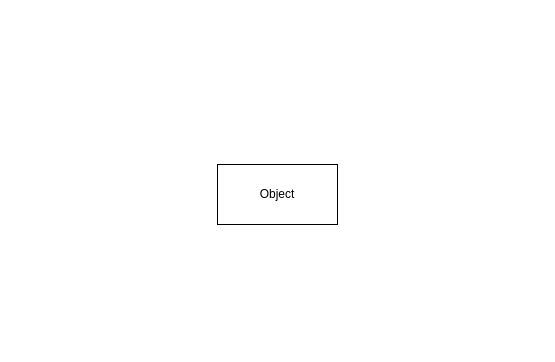
Above: Diagrams/framework_architecture.drawio in ivanspajic/ruleless-digital-twins (draw.io), before the change. Source tidied: cells renumbered, new cells numbered last; positions are measured from the earlier drawing's top-left corner, leaving out a move shared by most shapes. Both pictures are drawn from the tidied source at 100%, with x=0, y=0 at pixel (217, 164).
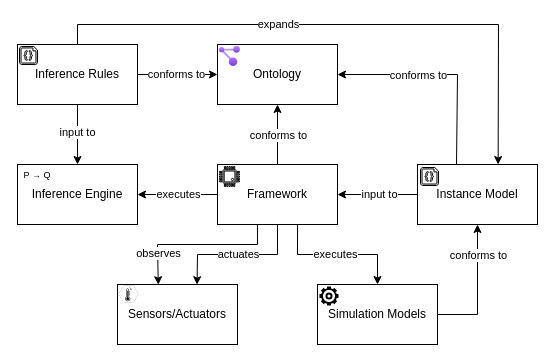
The same diagram, later.

Diff of the diagram source:
```diff
@@
-    <mxCell id="2" value="Object" style="rounded=0;whiteSpace=wrap;html=1;" parent="1" vertex="1">
+    <mxCell id="2" value="Framework" style="rounded=0;whiteSpace=wrap;html=1;" parent="1" vertex="1">
       <mxGeometry width="120" height="60" as="geometry" />
     </mxCell>
+    <mxCell id="3" value="Inference Engine" style="rounded=0;whiteSpace=wrap;html=1;" parent="1" vertex="1">
+      <mxGeometry x="-200" width="120" height="60" as="geometry" />
+    </mxCell>
+    <mxCell id="4" value="Simulation Models" style="rounded=0;whiteSpace=wrap;html=1;" parent="1" vertex="1">
+      <mxGeometry x="100" y="120" width="120" height="60" as="geometry" />
+    </mxCell>
+    <mxCell id="5" value="Inference Rules" style="rounded=0;whiteSpace=wrap;html=1;" parent="1" vertex="1">
+      <mxGeometry x="-200" y="-120" width="120" height="60" as="geometry" />
+    </mxCell>
+    <mxCell id="6" value="Instance Model" style="rounded=0;whiteSpace=wrap;html=1;" parent="1" vertex="1">
+      <mxGeometry x="200" width="120" height="60" as="geometry" />
+    </mxCell>
+    <mxCell id="7" value="Sensors/Actuators" style="rounded=0;whiteSpace=wrap;html=1;" parent="1" vertex="1">
+      <mxGeometry x="-100" y="120" width="120" height="60" as="geometry" />
+    </mxCell>
+    <mxCell id="8" value="Ontology" style="rounded=0;whiteSpace=wrap;html=1;" parent="1" vertex="1">
+      <mxGeometry y="-120" width="120" height="60" as="geometry" />
+    </mxCell>
+    <mxCell id="9" style="endArrow=classic;html=1;rounded=0;exitX=0.5;exitY=0;exitDx=0;exitDy=0;entryX=0.5;entryY=1;entryDx=0;entryDy=0;" parent="1" edge="1" source="2" target="8">
+      <mxGeometry relative="1" as="geometry" />
+    </mxCell>
+    <mxCell id="10" value="conforms to" style="edgeLabel;html=1;align=center;verticalAlign=middle;" parent="9" vertex="1">
+      <mxGeometry x="-0.01" relative="1" as="geometry" />
+    </mxCell>
+    <mxCell id="11" style="endArrow=classic;html=1;rounded=0;exitX=1;exitY=0.5;exitDx=0;exitDy=0;entryX=0;entryY=0.5;entryDx=0;entryDy=0;" parent="1" edge="1" source="5" target="8">
+      <mxGeometry relative="1" as="geometry" />
+    </mxCell>
+    <mxCell id="12" value="conforms to" style="edgeLabel;html=1;align=center;verticalAlign=middle;" parent="11" vertex="1">
+      <mxGeometry x="-0.32" y="1" relative="1" as="geometry">
+        <mxPoint x="11" as="offset" />
+      </mxGeometry>
+    </mxCell>
+    <mxCell id="13" style="endArrow=classic;html=1;rounded=0;exitX=0.5;exitY=1;exitDx=0;exitDy=0;entryX=0.5;entryY=0;entryDx=0;entryDy=0;" parent="1" edge="1" source="5" target="3">
+      <mxGeometry relative="1" as="geometry" />
+    </mxCell>
+    <mxCell id="14" value="input to" style="edgeLabel;html=1;align=center;verticalAlign=middle;" parent="13" vertex="1">
+      <mxGeometry x="-0.09" y="-1" relative="1" as="geometry" />
+    </mxCell>
+    <mxCell id="15" style="endArrow=classic;html=1;rounded=0;exitX=0;exitY=0.5;exitDx=0;exitDy=0;entryX=1;entryY=0.5;entryDx=0;entryDy=0;" parent="1" edge="1" source="6" target="2">
+      <mxGeometry relative="1" as="geometry" />
+    </mxCell>
+    <mxCell id="16" value="input to" style="edgeLabel;html=1;align=center;verticalAlign=middle;" parent="15" vertex="1">
+      <mxGeometry x="-0.54" y="-1" relative="1" as="geometry">
+        <mxPoint x="-21" as="offset" />
+      </mxGeometry>
+    </mxCell>
+    <mxCell id="17" style="endArrow=classic;html=1;rounded=0;exitX=0.5;exitY=0;exitDx=0;exitDy=0;entryX=0.672;entryY=0;entryDx=0;entryDy=0;entryPerimeter=0;" parent="1" edge="1" source="5" target="6">
+      <mxGeometry relative="1" as="geometry">
+        <Array as="points">
+          <mxPoint x="-140" y="-140" />
+          <mxPoint x="281" y="-140" />
+        </Array>
+      </mxGeometry>
+    </mxCell>
+    <mxCell id="18" value="expands" style="edgeLabel;html=1;align=center;verticalAlign=middle;" parent="17" vertex="1">
+      <mxGeometry x="-0.16" y="-1" relative="1" as="geometry">
+        <mxPoint x="-24" y="-2" as="offset" />
+      </mxGeometry>
+    </mxCell>
+    <mxCell id="19" style="endArrow=classic;html=1;rounded=0;exitX=1;exitY=0.5;exitDx=0;exitDy=0;entryX=0.5;entryY=1;entryDx=0;entryDy=0;" parent="1" edge="1" source="4" target="6">
+      <mxGeometry relative="1" as="geometry">
+        <Array as="points">
+          <mxPoint x="260" y="150" />
+        </Array>
+      </mxGeometry>
+    </mxCell>
+    <mxCell id="20" value="conforms to" style="edgeLabel;html=1;align=center;verticalAlign=middle;" parent="19" vertex="1">
+      <mxGeometry x="0.26" relative="1" as="geometry">
+        <mxPoint y="-18" as="offset" />
+      </mxGeometry>
+    </mxCell>
+    <mxCell id="21" style="endArrow=classic;html=1;rounded=0;exitX=0.667;exitY=1;exitDx=0;exitDy=0;exitPerimeter=0;entryX=0.5;entryY=0;entryDx=0;entryDy=0;" parent="1" edge="1" source="2" target="4">
+      <mxGeometry relative="1" as="geometry">
+        <Array as="points">
+          <mxPoint x="80" y="90" />
+          <mxPoint x="160" y="90" />
+        </Array>
+      </mxGeometry>
+    </mxCell>
+    <mxCell id="22" value="executes" style="edgeLabel;html=1;align=center;verticalAlign=middle;" parent="21" vertex="1">
+      <mxGeometry x="-0.03" y="-1" relative="1" as="geometry">
+        <mxPoint y="-2" as="offset" />
+      </mxGeometry>
+    </mxCell>
+    <mxCell id="23" style="endArrow=classic;html=1;rounded=0;exitX=0.5;exitY=1;exitDx=0;exitDy=0;entryX=0.663;entryY=0.003;entryDx=0;entryDy=0;entryPerimeter=0;" parent="1" edge="1" source="2" target="7">
+      <mxGeometry relative="1" as="geometry">
+        <Array as="points">
+          <mxPoint x="60" y="90" />
+          <mxPoint x="-20" y="90" />
+        </Array>
+      </mxGeometry>
+    </mxCell>
+    <mxCell id="24" value="actuates" style="edgeLabel;html=1;align=center;verticalAlign=middle;" parent="23" vertex="1">
+      <mxGeometry x="0.07" y="-1" relative="1" as="geometry">
+        <mxPoint x="5" as="offset" />
+      </mxGeometry>
+    </mxCell>
+    <mxCell id="25" style="endArrow=classic;html=1;rounded=0;exitX=0.333;exitY=1;exitDx=0;exitDy=0;exitPerimeter=0;entryX=0.34;entryY=0.003;entryDx=0;entryDy=0;entryPerimeter=0;" parent="1" edge="1" source="2" target="7">
+      <mxGeometry relative="1" as="geometry">
+        <Array as="points">
+          <mxPoint x="40" y="80" />
+          <mxPoint x="-60" y="80" />
+        </Array>
+      </mxGeometry>
+    </mxCell>
+    <mxCell id="26" value="observes" style="edgeLabel;html=1;align=center;verticalAlign=middle;" parent="25" vertex="1">
+      <mxGeometry x="0.69" relative="1" as="geometry">
+        <mxPoint y="-6" as="offset" />
+      </mxGeometry>
+    </mxCell>
+    <mxCell id="27" style="endArrow=classic;html=1;rounded=0;entryX=1;entryY=0.5;entryDx=0;entryDy=0;exitX=0;exitY=0.5;exitDx=0;exitDy=0;" parent="1" edge="1" source="2" target="3">
+      <mxGeometry relative="1" as="geometry" />
+    </mxCell>
+    <mxCell id="28" value="executes" style="edgeLabel;html=1;align=center;verticalAlign=middle;" parent="27" vertex="1">
+      <mxGeometry y="-1" relative="1" as="geometry" />
+    </mxCell>
+    <mxCell id="29" value="&lt;font style=&quot;font-size: 9px;&quot;&gt;P&amp;nbsp;→&amp;nbsp;Q&lt;/font&gt;" style="text;html=1;whiteSpace=wrap;strokeColor=none;fillColor=none;align=center;verticalAlign=middle;rounded=0;" parent="1" vertex="1">
+      <mxGeometry x="-200" width="40" height="20" as="geometry" />
+    </mxCell>
+    <mxCell id="30" style="html=1;verticalLabelPosition=bottom;align=center;labelBackgroundColor=#ffffff;verticalAlign=top;strokeWidth=2;shadow=0;dashed=0;shape=mxgraph.ios7.icons.settings;" parent="1" vertex="1">
+      <mxGeometry x="103" y="123" width="17" height="17" as="geometry" />
+    </mxCell>
+    <mxCell id="31" style="shadow=0;dashed=0;html=1;labelPosition=center;verticalLabelPosition=bottom;verticalAlign=top;align=center;shape=mxgraph.veeam.cpu;" parent="1" vertex="1">
+      <mxGeometry x="2" y="2" width="20" height="20" as="geometry" />
+    </mxCell>
+    <mxCell id="32" style="image;html=1;align=center;fontSize=12;image=img/lib/azure2/management_governance/Resource_Graph_Explorer.svg;imageBackground=none;" parent="1" vertex="1">
+      <mxGeometry x="2" y="-118" width="20.9" height="20" as="geometry" />
+    </mxCell>
+    <mxCell id="33" style="endArrow=classic;html=1;rounded=0;exitX=0.325;exitY=0;exitDx=0;exitDy=0;exitPerimeter=0;entryX=1;entryY=0.5;entryDx=0;entryDy=0;" parent="1" edge="1" source="6" target="8">
+      <mxGeometry relative="1" as="geometry">
+        <Array as="points">
+          <mxPoint x="240" y="-90" />
+        </Array>
+      </mxGeometry>
+    </mxCell>
+    <mxCell id="34" value="conforms to" style="edgeLabel;html=1;align=center;verticalAlign=middle;" parent="33" vertex="1">
+      <mxGeometry x="0.39" relative="1" as="geometry">
+        <mxPoint x="16" as="offset" />
+      </mxGeometry>
+    </mxCell>
+    <mxCell id="35" style="verticalLabelPosition=bottom;html=1;verticalAlign=top;align=center;shape=mxgraph.azure.code_file;" parent="1" vertex="1">
+      <mxGeometry x="-198" y="-118" width="18" height="18" as="geometry" />
+    </mxCell>
+    <mxCell id="36" style="verticalLabelPosition=bottom;html=1;verticalAlign=top;align=center;shape=mxgraph.azure.code_file;" parent="1" vertex="1">
+      <mxGeometry x="203" y="3" width="18" height="18" as="geometry" />
+    </mxCell>
+    <mxCell id="37" style="verticalLabelPosition=bottom;sketch=0;html=1;verticalAlign=top;align=center;shape=mxgraph.cisco_safe.compositeIcon;bgIcon=mxgraph.cisco_safe.design.blank_device;resIcon=mxgraph.cisco_safe.design.sensor;" parent="1" vertex="1">
+      <mxGeometry x="-99" y="121" width="20" height="17" as="geometry" />
+    </mxCell>
```
